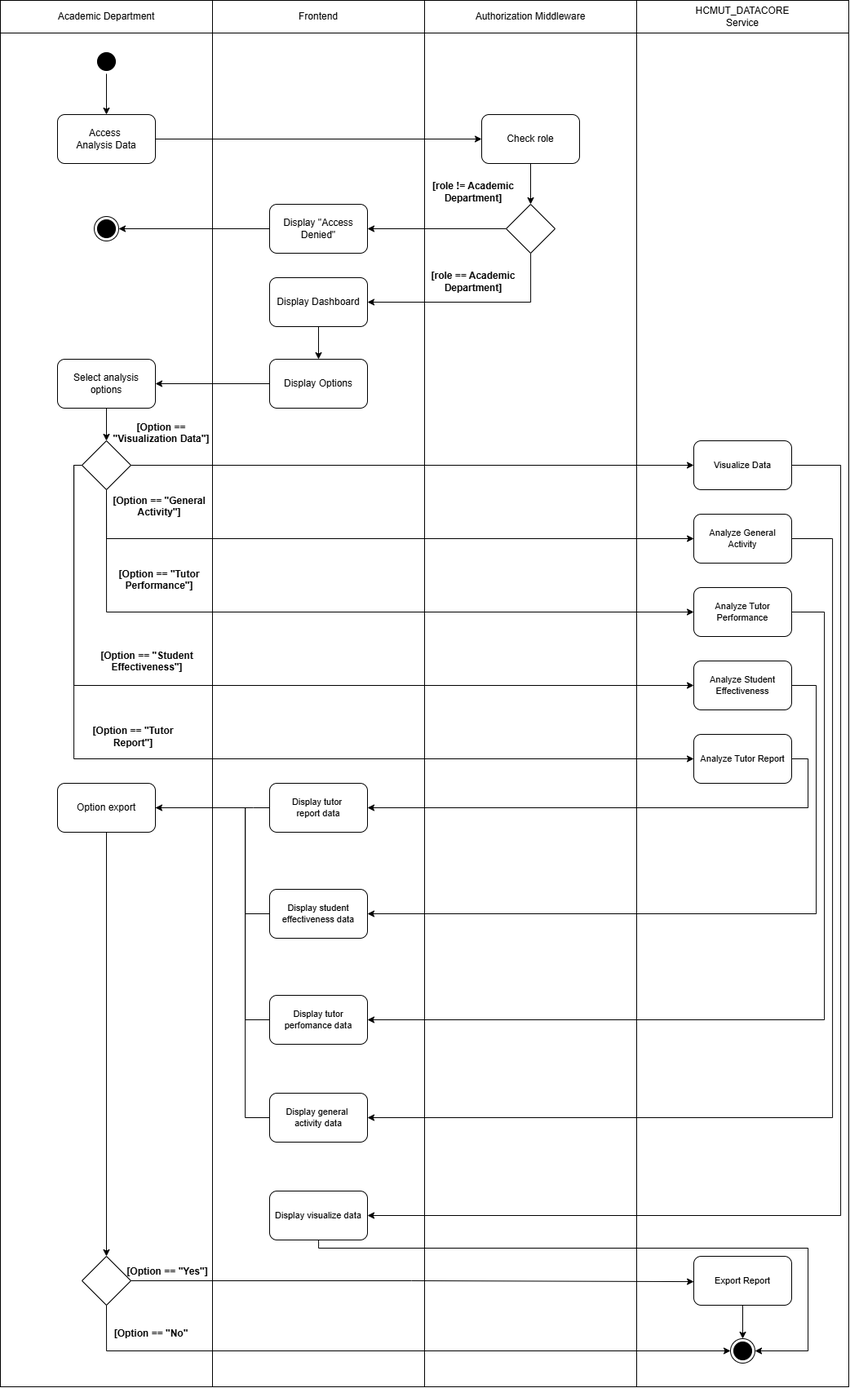
Before: docs/activities/analysis_data.drawio.png, a diagram exported from draw.io (Trung4n/tutor-support-system). Source tidied: cells renumbered, new cells last; positions are measured from the earlier drawing's top-left corner, leaving out a move shared by most shapes.
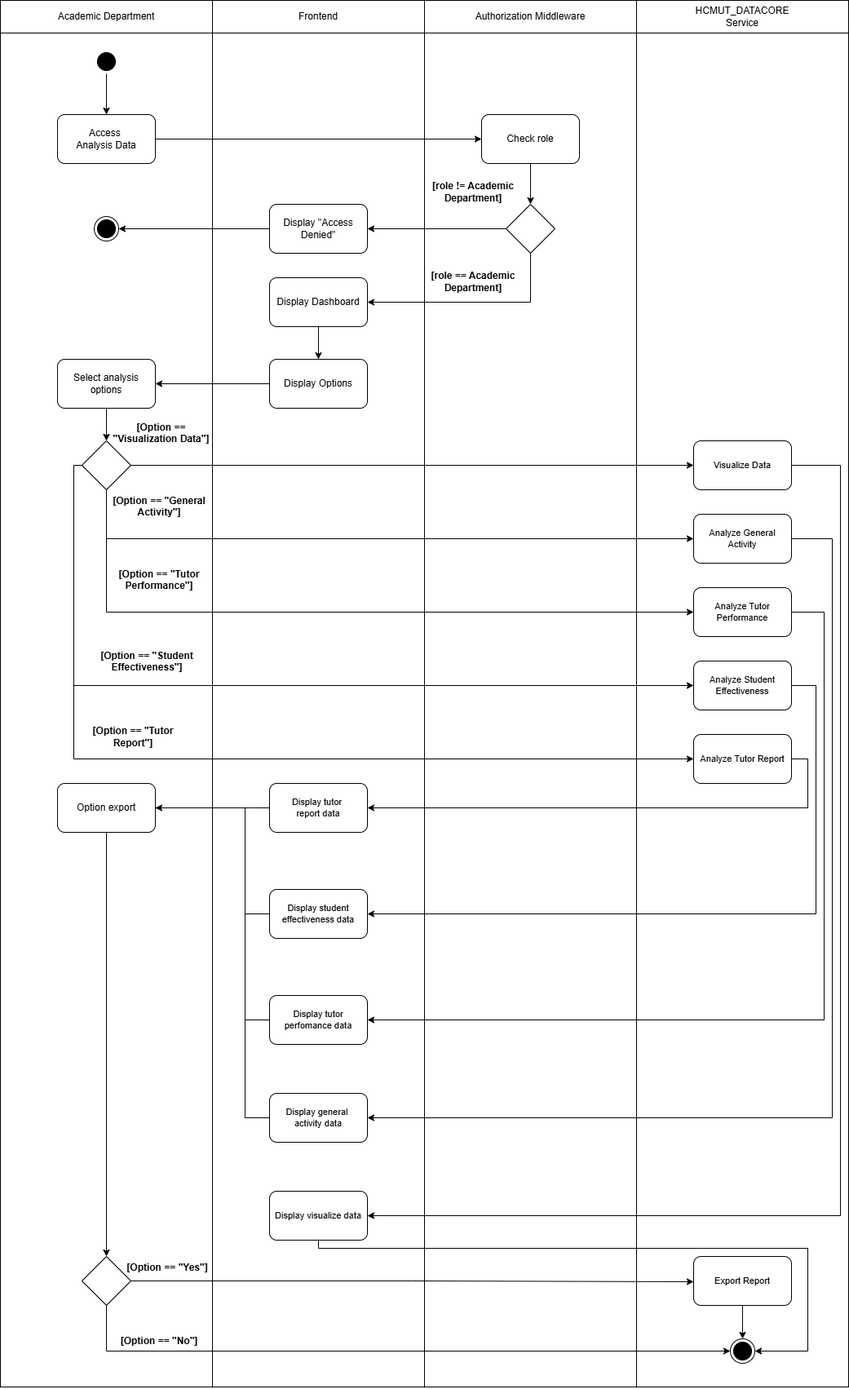
Above is the later version.

Commit message:
Update activity diagram

Update activity diagram for "analysis data"

Change to the diagram source:
```diff
@@ -223,10 +223,10 @@
       <mxGeometry x="70" y="960" width="120" height="60" as="geometry" />
     </mxCell>
     <mxCell id="53" value="&lt;b style=&quot;forced-color-adjust: none; color: rgb(0, 0, 0); font-family: Helvetica; font-size: 12px; font-style: normal; font-variant-ligatures: normal; font-variant-caps: normal; letter-spacing: normal; orphans: 2; text-indent: 0px; text-transform: none; widows: 2; word-spacing: 0px; -webkit-text-stroke-width: 0px; white-space: normal; text-decoration-thickness: initial; text-decoration-style: initial; text-decoration-color: initial;&quot;&gt;[Option == &quot;Yes&quot;]&lt;/b&gt;" style="text;whiteSpace=wrap;html=1;fontFamily=Helvetica;fontSize=11;fontColor=default;labelBackgroundColor=default;align=center;" parent="1" vertex="1">
-      <mxGeometry x="145" y="1545" width="120" height="40" as="geometry" />
+      <mxGeometry x="145" y="1540" width="120" height="40" as="geometry" />
     </mxCell>
-    <mxCell id="54" value="&lt;b style=&quot;forced-color-adjust: none; color: rgb(0, 0, 0); font-family: Helvetica; font-size: 12px; font-style: normal; font-variant-ligatures: normal; font-variant-caps: normal; letter-spacing: normal; orphans: 2; text-indent: 0px; text-transform: none; widows: 2; word-spacing: 0px; -webkit-text-stroke-width: 0px; white-space: normal; text-decoration-thickness: initial; text-decoration-style: initial; text-decoration-color: initial;&quot;&gt;[Option == &quot;No&quot;&lt;/b&gt;" style="text;whiteSpace=wrap;html=1;fontFamily=Helvetica;fontSize=11;fontColor=default;labelBackgroundColor=default;align=center;" parent="1" vertex="1">
-      <mxGeometry x="125" y="1621" width="120" height="40" as="geometry" />
+    <mxCell id="54" value="&lt;b style=&quot;forced-color-adjust: none; color: rgb(0, 0, 0); font-family: Helvetica; font-size: 12px; font-style: normal; font-variant-ligatures: normal; font-variant-caps: normal; letter-spacing: normal; orphans: 2; text-indent: 0px; text-transform: none; widows: 2; word-spacing: 0px; -webkit-text-stroke-width: 0px; white-space: normal; text-decoration-thickness: initial; text-decoration-style: initial; text-decoration-color: initial;&quot;&gt;[Option == &quot;No&quot;]&lt;/b&gt;" style="text;whiteSpace=wrap;html=1;fontFamily=Helvetica;fontSize=11;fontColor=default;labelBackgroundColor=default;align=center;" parent="1" vertex="1">
+      <mxGeometry x="135" y="1630" width="120" height="40" as="geometry" />
     </mxCell>
     <mxCell id="55" style="edgeStyle=orthogonalEdgeStyle;shape=connector;rounded=0;jettySize=auto;html=1;entryX=0.5;entryY=0;entryDx=0;entryDy=0;strokeColor=default;align=center;verticalAlign=middle;fontFamily=Helvetica;fontSize=11;fontColor=default;labelBackgroundColor=default;endArrow=classic;endFill=1;" parent="1" edge="1" source="56" target="39">
       <mxGeometry relative="1" as="geometry" />
```
